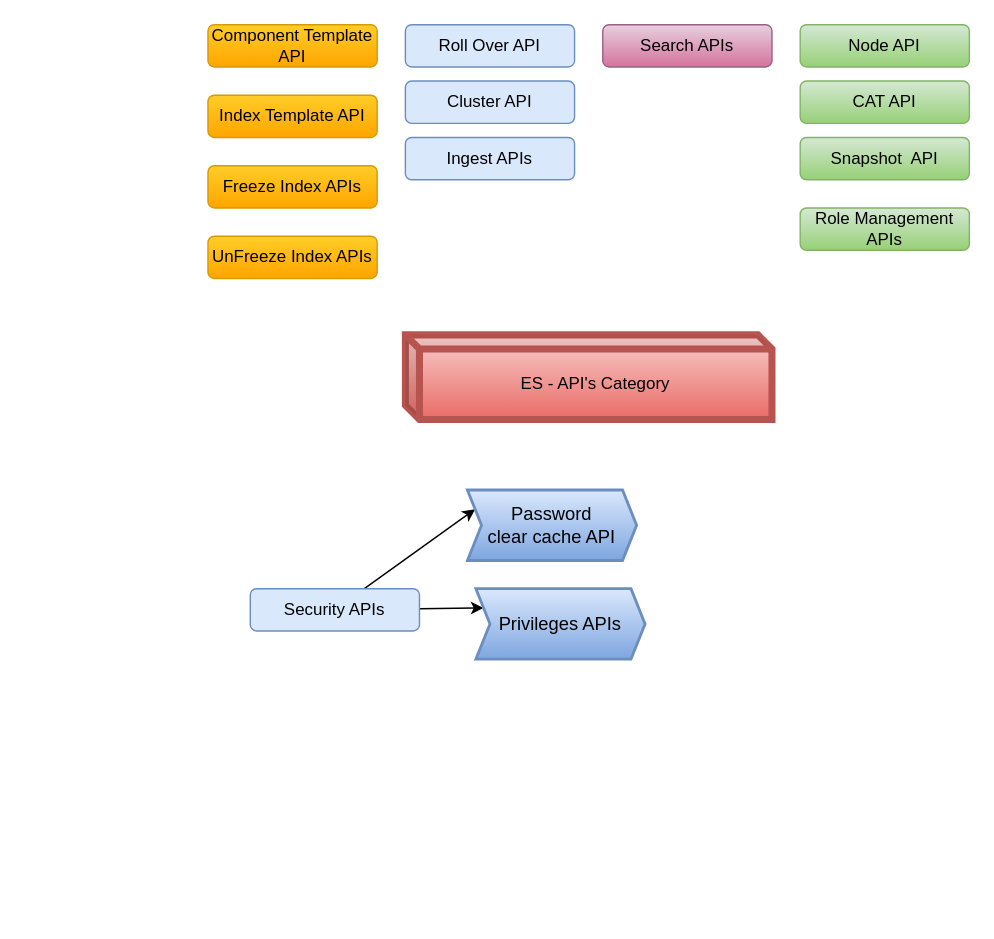
Earlier version of the draw.io diagram page "ES-API's Category" (5 of 10) of My Articles/elastic stack/Elastic Search Understanding.drawio (paramothers/books). Source tidied: cells renumbered, new cells numbered last; positions are measured from the earlier drawing's top-left corner, leaving out a move shared by most shapes. Both pictures are drawn from the tidied source at 141%, with x=0, y=0 at pixel (207, 24).
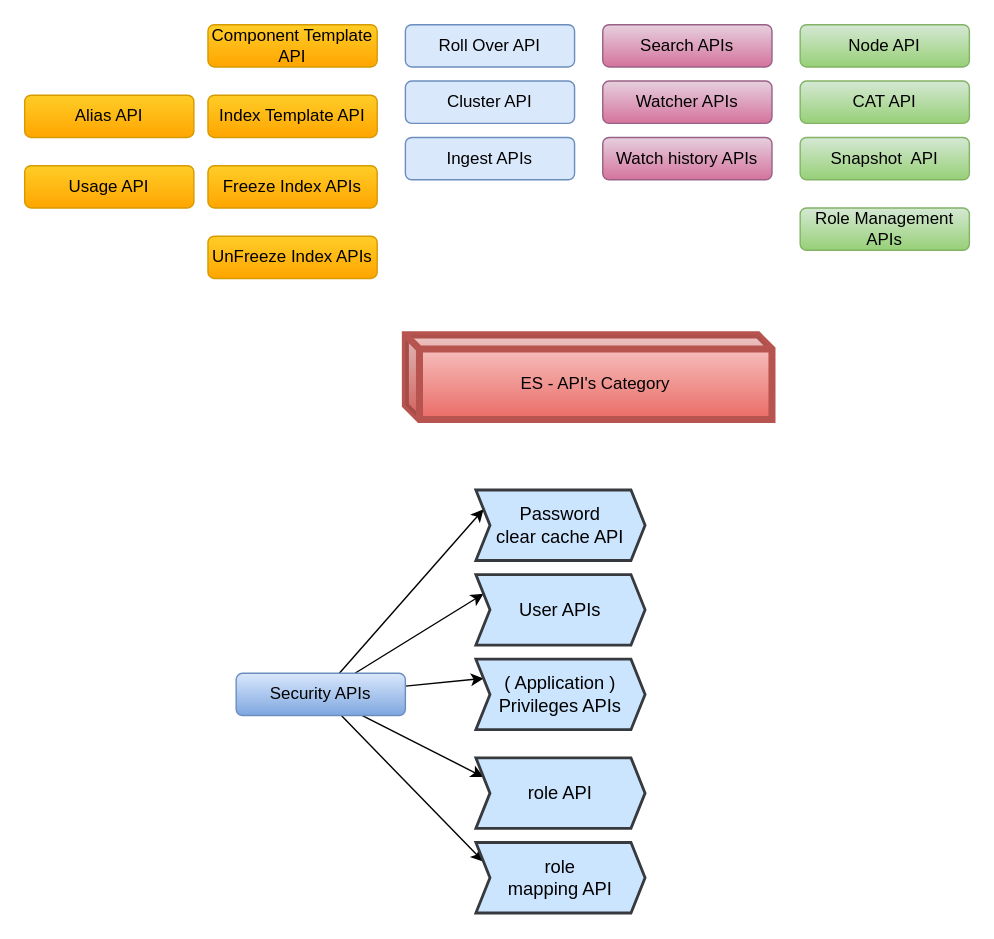
After the change.

What changed in the source:
```diff
@@
+    <mxCell id="20" style="edgeStyle=none;rounded=0;jettySize=auto;html=1;entryX=0;entryY=0.25;entryDx=0;entryDy=0;fontSize=13;fontColor=#262626;" parent="1" edge="1" source="16" target="23">
+      <mxGeometry relative="1" as="geometry" />
+    </mxCell>
+    <mxCell id="21" style="edgeStyle=none;rounded=0;jettySize=auto;html=1;entryX=0;entryY=0.25;entryDx=0;entryDy=0;fontSize=13;fontColor=#262626;" parent="1" edge="1" source="16" target="24">
+      <mxGeometry relative="1" as="geometry" />
+    </mxCell>
+    <mxCell id="22" style="edgeStyle=none;rounded=0;jettySize=auto;html=1;entryX=0;entryY=0.25;entryDx=0;entryDy=0;fontSize=13;fontColor=#262626;" parent="1" edge="1" source="16" target="26">
+      <mxGeometry relative="1" as="geometry" />
+    </mxCell>
-    <mxCell id="16" value="Security APIs" style="rounded=1;whiteSpace=wrap;html=1;fillColor=#dae8fc;strokeColor=#6c8ebf;" parent="1" vertex="1">
-      <mxGeometry x="30" y="400" width="120" height="30" as="geometry" />
+    <mxCell id="16" value="Security APIs" style="rounded=1;whiteSpace=wrap;html=1;fillColor=#dae8fc;strokeColor=#6c8ebf;gradientColor=#7ea6e0;" parent="1" vertex="1">
+      <mxGeometry x="20" y="460" width="120" height="30" as="geometry" />
     </mxCell>
-    <mxCell id="17" value="Password &lt;br&gt;clear cache API" style="shape=step;perimeter=stepPerimeter;whiteSpace=wrap;html=1;fixedSize=1;strokeColor=#6c8ebf;strokeWidth=2;fontSize=13;align=center;size=10;gradientColor=#7ea6e0;fillColor=#dae8fc;" parent="1" vertex="1">
-      <mxGeometry x="184" y="330" width="120" height="50" as="geometry" />
+    <mxCell id="17" value="Password &lt;br&gt;clear cache API" style="shape=step;perimeter=stepPerimeter;whiteSpace=wrap;html=1;fixedSize=1;strokeColor=#36393d;strokeWidth=2;fontSize=13;align=center;size=10;fillColor=#cce5ff;" parent="1" vertex="1">
+      <mxGeometry x="190" y="330" width="120" height="50" as="geometry" />
     </mxCell>
-    <mxCell id="18" value="Privileges APIs" style="shape=step;perimeter=stepPerimeter;whiteSpace=wrap;html=1;fixedSize=1;strokeColor=#6c8ebf;strokeWidth=2;fontSize=13;align=center;size=10;gradientColor=#7ea6e0;fillColor=#dae8fc;" parent="1" vertex="1">
-      <mxGeometry x="190" y="400" width="120" height="50" as="geometry" />
+    <mxCell id="18" value="User APIs" style="shape=step;perimeter=stepPerimeter;whiteSpace=wrap;html=1;fixedSize=1;strokeColor=#36393d;strokeWidth=2;fontSize=13;align=center;size=10;fillColor=#cce5ff;" parent="1" vertex="1">
+      <mxGeometry x="190" y="390" width="120" height="50" as="geometry" />
     </mxCell>
@@
+    <mxCell id="23" value="( Application )&lt;br&gt;Privileges APIs" style="shape=step;perimeter=stepPerimeter;whiteSpace=wrap;html=1;fixedSize=1;strokeColor=#36393d;strokeWidth=2;fontSize=13;align=center;size=10;fillColor=#cce5ff;" parent="1" vertex="1">
+      <mxGeometry x="190" y="450" width="120" height="50" as="geometry" />
+    </mxCell>
+    <mxCell id="24" value="role API" style="shape=step;perimeter=stepPerimeter;whiteSpace=wrap;html=1;fixedSize=1;strokeColor=#36393d;strokeWidth=2;fontSize=13;align=center;size=10;fillColor=#cce5ff;" parent="1" vertex="1">
+      <mxGeometry x="190" y="520" width="120" height="50" as="geometry" />
+    </mxCell>
+    <mxCell id="25" value="Alias API" style="rounded=1;whiteSpace=wrap;html=1;gradientColor=#ffa500;fillColor=#ffcd28;strokeColor=#d79b00;" parent="1" vertex="1">
+      <mxGeometry x="-130" y="50" width="120" height="30" as="geometry" />
+    </mxCell>
+    <mxCell id="26" value="role &lt;br&gt;mapping API" style="shape=step;perimeter=stepPerimeter;whiteSpace=wrap;html=1;fixedSize=1;strokeColor=#36393d;strokeWidth=2;fontSize=13;align=center;size=10;fillColor=#cce5ff;" parent="1" vertex="1">
+      <mxGeometry x="190" y="580" width="120" height="50" as="geometry" />
+    </mxCell>
+    <mxCell id="27" value="Watcher APIs" style="rounded=1;whiteSpace=wrap;html=1;fillColor=#e6d0de;strokeColor=#996185;gradientColor=#d5739d;" parent="1" vertex="1">
+      <mxGeometry x="280" y="40" width="120" height="30" as="geometry" />
+    </mxCell>
+    <mxCell id="28" value="Watch history APIs" style="rounded=1;whiteSpace=wrap;html=1;fillColor=#e6d0de;strokeColor=#996185;gradientColor=#d5739d;" parent="1" vertex="1">
+      <mxGeometry x="280" y="80" width="120" height="30" as="geometry" />
+    </mxCell>
+    <mxCell id="29" value="Usage API" style="rounded=1;whiteSpace=wrap;html=1;gradientColor=#ffa500;fillColor=#ffcd28;strokeColor=#d79b00;" parent="1" vertex="1">
+      <mxGeometry x="-130" y="100" width="120" height="30" as="geometry" />
+    </mxCell>
```
